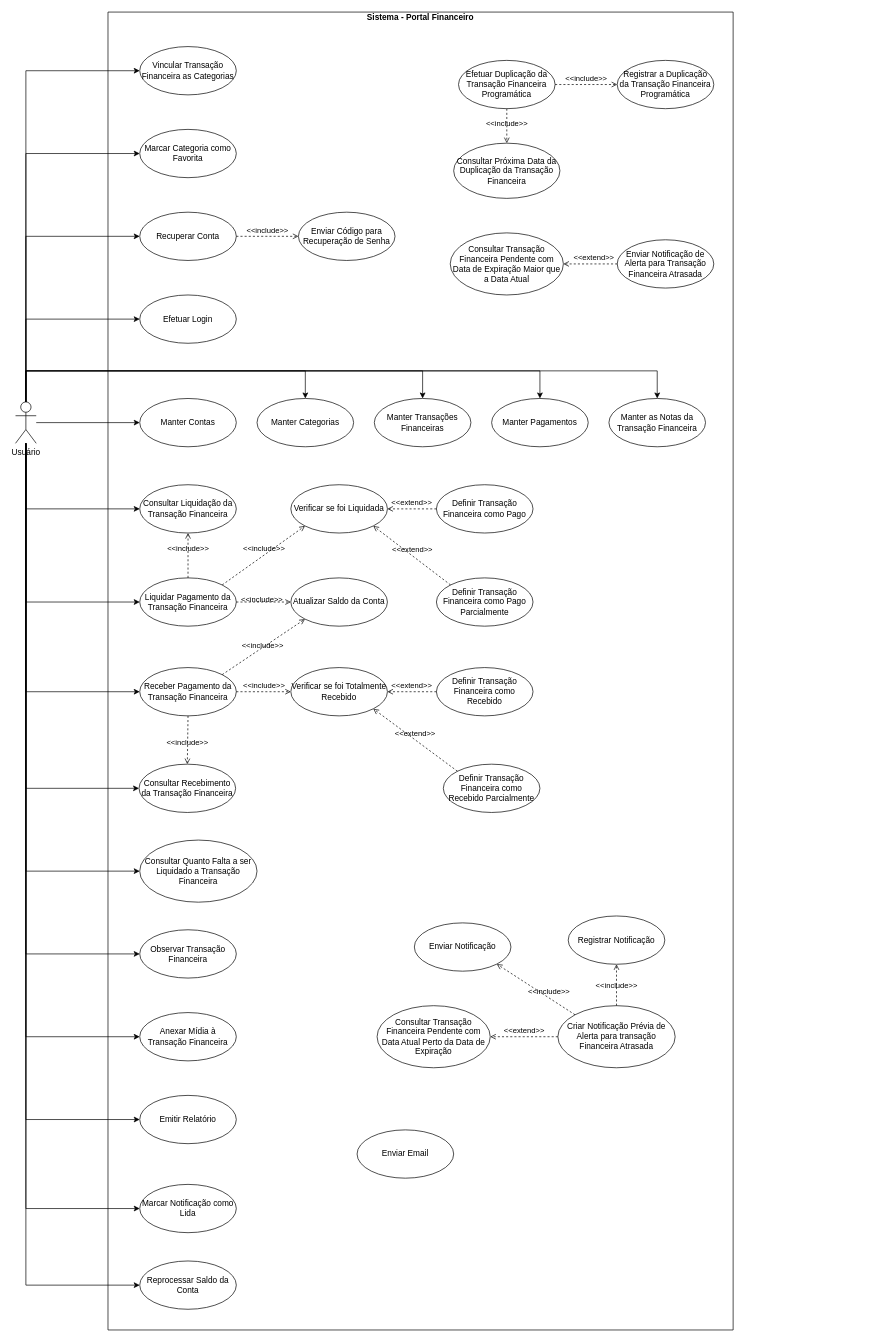
Above: docs/use-case.diagram.drawio in Danrley-Ruan-Saquetti/esliph-finance (draw.io), before the change. Source tidied: cells renumbered, new cells numbered last; positions are measured from the earlier drawing's top-left corner, leaving out a move shared by most shapes. Both pictures are drawn from the tidied source at 69%, with x=0, y=0 at pixel (15, 12).
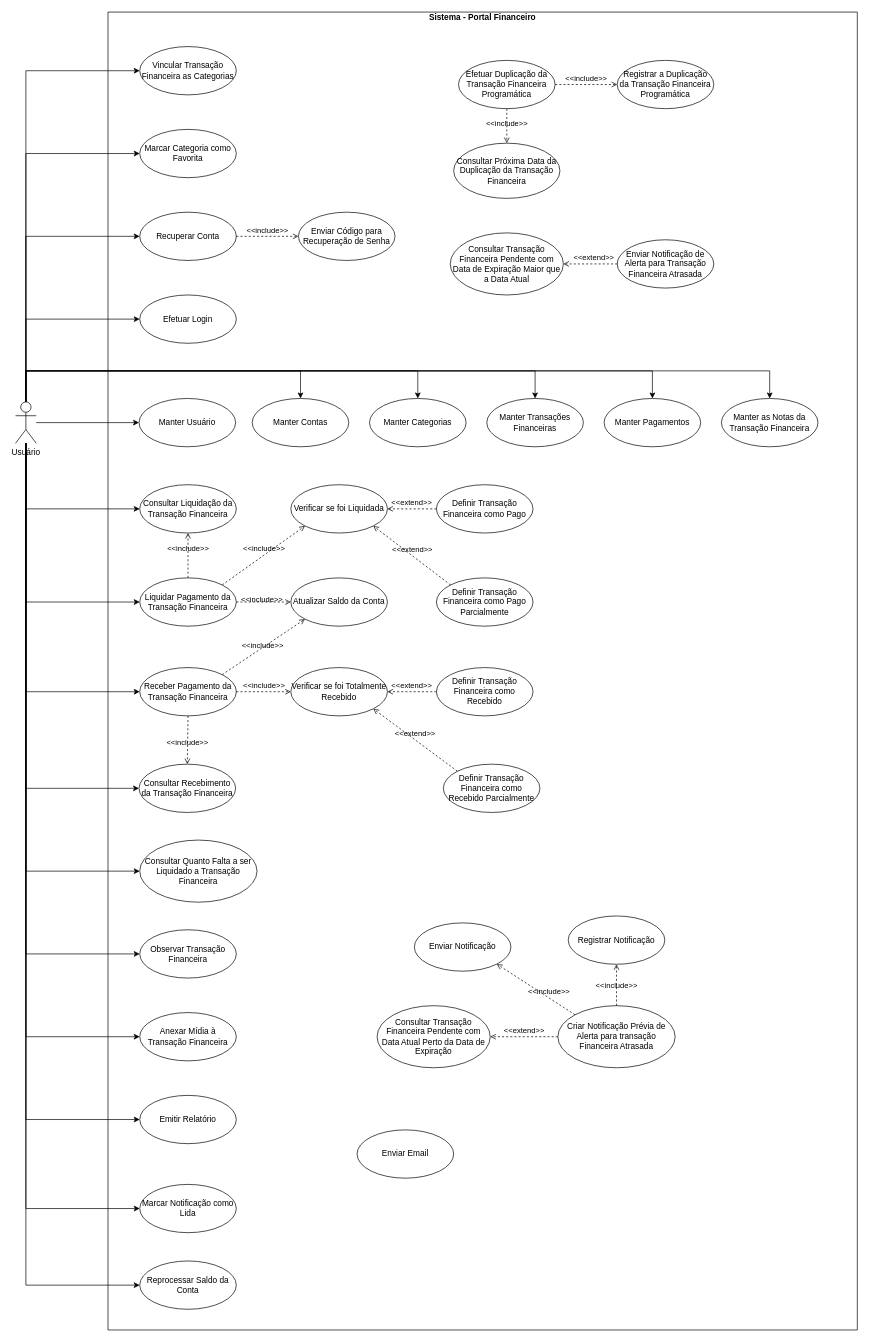
The same page after the edit.

Commit message:
update use case add user

The change refers to these unchanged cells:
```xml
<mxCell id="75" value="Usuário" style="shape=umlActor;verticalLabelPosition=bottom;verticalAlign=top;html=1;outlineConnect=0;" parent="1" vertex="1">
  <mxGeometry y="565" width="30" height="60" as="geometry" />
</mxCell>
```

What changed in the source:
```diff
@@
-    <mxCell id="2" style="edgeStyle=orthogonalEdgeStyle;rounded=0;jettySize=auto;html=1;" parent="1" edge="1" source="75" target="5">
-      <mxGeometry relative="1" as="geometry" />
+    <mxCell id="2" style="edgeStyle=orthogonalEdgeStyle;rounded=0;jettySize=auto;html=1;entryX=0.5;entryY=0;entryDx=0;entryDy=0;" parent="1" edge="1" source="75" target="5">
+      <mxGeometry relative="1" as="geometry">
+        <Array as="points">
+          <mxPoint x="15" y="520" />
+          <mxPoint x="413" y="520" />
+        </Array>
+      </mxGeometry>
     </mxCell>
     <mxCell id="3" style="edgeStyle=orthogonalEdgeStyle;rounded=0;jettySize=auto;html=1;entryX=0.5;entryY=0;entryDx=0;entryDy=0;exitX=0.5;exitY=0;exitDx=0;exitDy=0;exitPerimeter=0;" parent="1" edge="1" source="75" target="7">
       <mxGeometry relative="1" as="geometry">
         <Array as="points">
           <mxPoint x="15" y="520" />
-          <mxPoint x="420" y="520" />
+          <mxPoint x="583" y="520" />
         </Array>
       </mxGeometry>
     </mxCell>
     <mxCell id="4" value="&#10;Sistema - Portal Financeiro" style="swimlane;startSize=0;" parent="1" vertex="1">
-      <mxGeometry x="134" width="906" height="1910" as="geometry" />
+      <mxGeometry x="134" width="1086" height="1910" as="geometry" />
     </mxCell>
     <mxCell id="5" value="Manter Contas" style="ellipse;whiteSpace=wrap;html=1;" parent="4" vertex="1">
-      <mxGeometry x="46" y="560" width="140" height="70" as="geometry" />
+      <mxGeometry x="209" y="560" width="140" height="70" as="geometry" />
     </mxCell>
@@
     <mxCell id="7" value="Manter Categorias" style="ellipse;whiteSpace=wrap;html=1;" parent="4" vertex="1">
-      <mxGeometry x="216" y="560" width="140" height="70" as="geometry" />
+      <mxGeometry x="379" y="560" width="140" height="70" as="geometry" />
     </mxCell>
     <mxCell id="8" value="Manter Transações Financeiras" style="ellipse;whiteSpace=wrap;html=1;" parent="4" vertex="1">
-      <mxGeometry x="386" y="560" width="140" height="70" as="geometry" />
+      <mxGeometry x="549" y="560" width="140" height="70" as="geometry" />
     </mxCell>
     <mxCell id="9" value="Manter Pagamentos" style="ellipse;whiteSpace=wrap;html=1;" parent="4" vertex="1">
-      <mxGeometry x="556" y="560" width="140" height="70" as="geometry" />
+      <mxGeometry x="719" y="560" width="140" height="70" as="geometry" />
     </mxCell>
     <mxCell id="10" value="Manter as Notas da Transação Financeira" style="ellipse;whiteSpace=wrap;html=1;" parent="4" vertex="1">
-      <mxGeometry x="726" y="560" width="140" height="70" as="geometry" />
+      <mxGeometry x="889" y="560" width="140" height="70" as="geometry" />
     </mxCell>
@@
+    <mxCell id="77" value="Manter Usuário" style="ellipse;whiteSpace=wrap;html=1;" parent="4" vertex="1">
+      <mxGeometry x="45" y="560" width="140" height="70" as="geometry" />
+    </mxCell>
     <mxCell id="59" style="edgeStyle=orthogonalEdgeStyle;rounded=0;jettySize=auto;html=1;entryX=0.5;entryY=0;entryDx=0;entryDy=0;" parent="1" edge="1" source="75" target="8">
       <mxGeometry relative="1" as="geometry">
         <Array as="points">
           <mxPoint x="15" y="520" />
-          <mxPoint x="590" y="520" />
+          <mxPoint x="753" y="520" />
         </Array>
       </mxGeometry>
     </mxCell>
     <mxCell id="60" style="edgeStyle=orthogonalEdgeStyle;rounded=0;jettySize=auto;html=1;entryX=0.5;entryY=0;entryDx=0;entryDy=0;exitX=0.5;exitY=0;exitDx=0;exitDy=0;exitPerimeter=0;" parent="1" edge="1" source="75" target="9">
       <mxGeometry relative="1" as="geometry">
         <Array as="points">
           <mxPoint x="15" y="520" />
-          <mxPoint x="760" y="520" />
+          <mxPoint x="923" y="520" />
         </Array>
       </mxGeometry>
     </mxCell>
     <mxCell id="61" style="edgeStyle=orthogonalEdgeStyle;rounded=0;jettySize=auto;html=1;entryX=0.5;entryY=0;entryDx=0;entryDy=0;exitX=0.5;exitY=0;exitDx=0;exitDy=0;exitPerimeter=0;" parent="1" edge="1" source="75" target="10">
       <mxGeometry relative="1" as="geometry">
         <Array as="points">
           <mxPoint x="15" y="520" />
-          <mxPoint x="930" y="520" />
+          <mxPoint x="1093" y="520" />
         </Array>
       </mxGeometry>
     </mxCell>
@@
+    <mxCell id="78" style="edgeStyle=orthogonalEdgeStyle;rounded=0;jettySize=auto;html=1;entryX=0;entryY=0.5;entryDx=0;entryDy=0;" parent="1" edge="1" source="75" target="77">
+      <mxGeometry relative="1" as="geometry" />
+    </mxCell>
```
